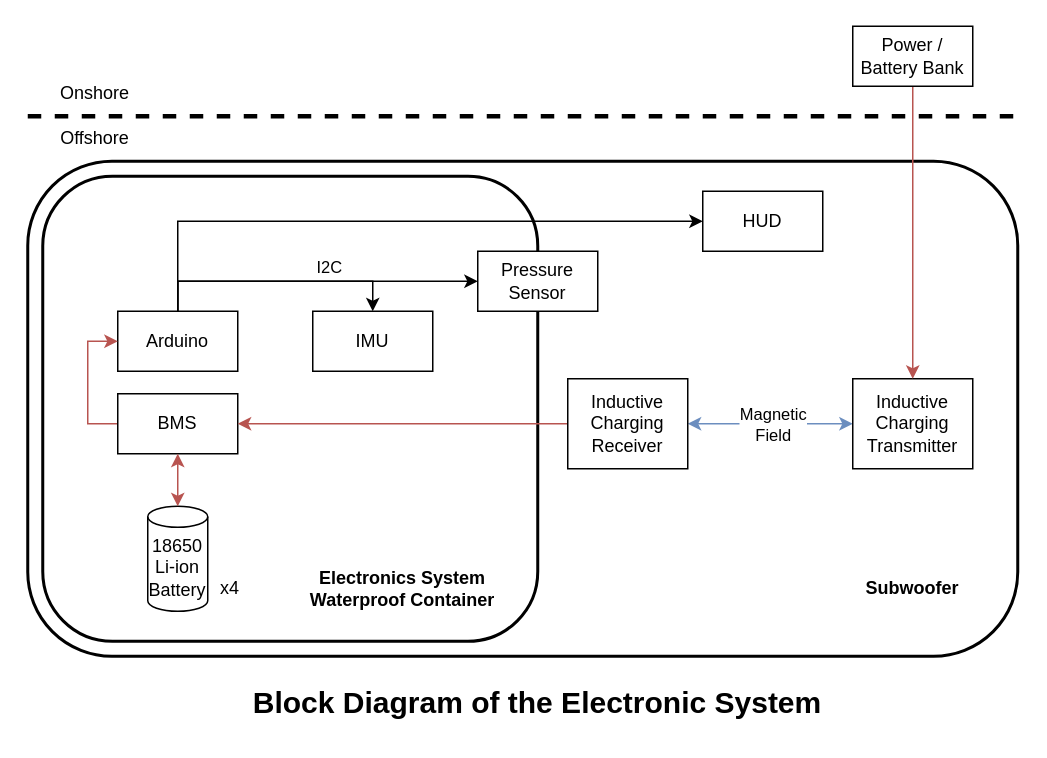
Above: Electronic System/LTS/Diagram/LTS Hardware Block.drawio in UW-Human-Powered-Submarine/UW-HPS-Electronics-24-25 (draw.io), before the change. Source tidied: cells renumbered, new cells numbered last; positions are measured from the earlier drawing's top-left corner, leaving out a move shared by most shapes. Both pictures are drawn from the tidied source at 150%, with x=0, y=0 at pixel (27, 26).
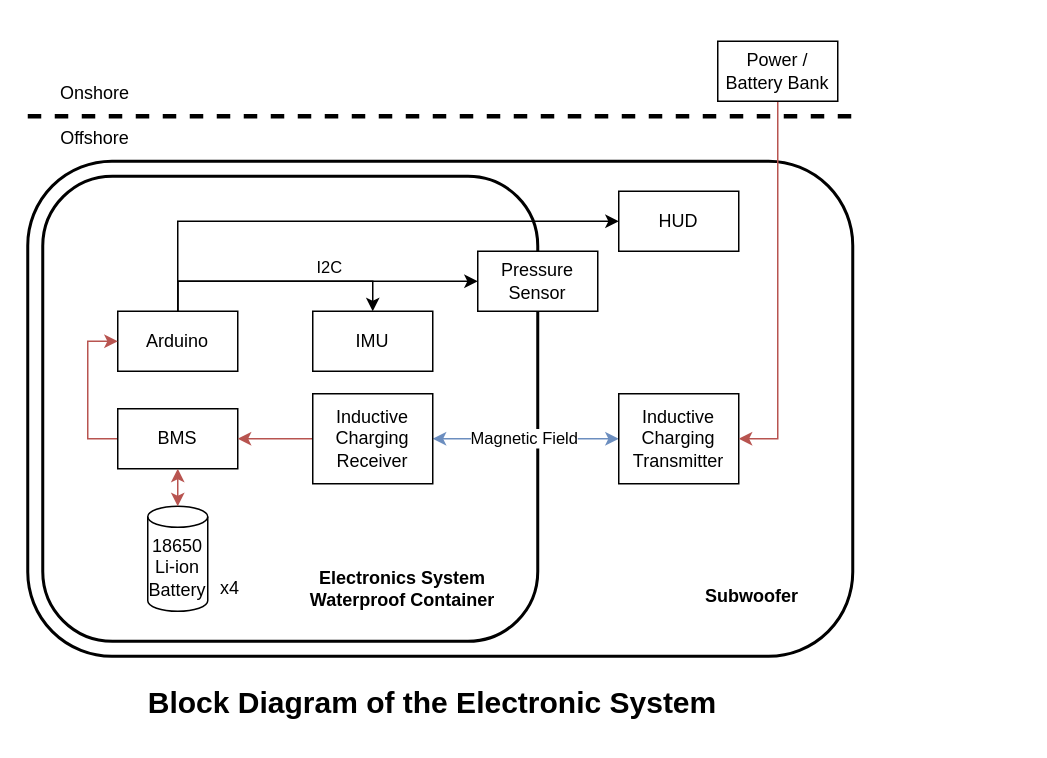
The same page after the edit.

Commit message (it also covers changes not shown here):
Report Prep

Unchanged cells that the change refers to:
```xml
<mxCell id="17" style="edgeStyle=orthogonalEdgeStyle;rounded=0;jettySize=auto;html=1;exitX=1;exitY=0.5;exitDx=0;exitDy=0;entryX=0;entryY=0.5;entryDx=0;entryDy=0;fillColor=#dae8fc;strokeColor=#6c8ebf;startArrow=classic;startFill=1;" parent="1" edge="1" source="19" target="25">
  <mxGeometry relative="1" as="geometry" />
</mxCell>
```

Change to the diagram source:
```diff
@@
     <mxCell id="2" style="rounded=1;whiteSpace=wrap;html=1;arcSize=17;strokeWidth=2;" parent="1" vertex="1">
-      <mxGeometry y="90" width="660" height="330" as="geometry" />
+      <mxGeometry y="90" width="550" height="330" as="geometry" />
     </mxCell>
@@
     <mxCell id="4" value="HUD" style="rounded=0;whiteSpace=wrap;html=1;" parent="1" vertex="1">
-      <mxGeometry x="450" y="110" width="80" height="40" as="geometry" />
+      <mxGeometry x="394" y="110" width="80" height="40" as="geometry" />
     </mxCell>
@@
     <mxCell id="11" value="BMS" style="rounded=0;whiteSpace=wrap;html=1;" parent="1" vertex="1">
-      <mxGeometry x="60" y="245" width="80" height="40" as="geometry" />
+      <mxGeometry x="60" y="255" width="80" height="40" as="geometry" />
     </mxCell>
@@
-    <mxCell id="18" value="Magnetic&lt;div&gt;Field&lt;/div&gt;" style="edgeLabel;html=1;align=center;verticalAlign=middle;" parent="17" vertex="1">
+    <mxCell id="18" value="Magnetic&amp;nbsp;&lt;span style=&quot;background-color: light-dark(#ffffff, var(--ge-dark-color, #121212)); color: light-dark(rgb(0, 0, 0), rgb(255, 255, 255));&quot;&gt;Field&lt;/span&gt;" style="edgeLabel;html=1;align=center;verticalAlign=middle;" parent="17" vertex="1">
       <mxGeometry x="0.14" y="-2" relative="1" as="geometry">
-        <mxPoint x="-7" y="-2" as="offset" />
+        <mxPoint x="-11" y="-3" as="offset" />
       </mxGeometry>
     </mxCell>
     <mxCell id="19" value="Inductive Charging Receiver" style="rounded=0;whiteSpace=wrap;html=1;" parent="1" vertex="1">
-      <mxGeometry x="360" y="235" width="80" height="60" as="geometry" />
+      <mxGeometry x="190" y="245" width="80" height="60" as="geometry" />
     </mxCell>
@@
     <mxCell id="21" value="&lt;b&gt;Subwoofer&lt;/b&gt;" style="text;html=1;align=center;verticalAlign=middle;whiteSpace=wrap;rounded=0;" parent="1" vertex="1">
-      <mxGeometry x="547" y="360" width="86" height="30" as="geometry" />
+      <mxGeometry x="440" y="365" width="86" height="30" as="geometry" />
     </mxCell>
     <mxCell id="22" style="endArrow=none;dashed=1;html=1;rounded=0;strokeWidth=3;" parent="1" edge="1">
       <mxGeometry relative="1" as="geometry">
         <mxPoint y="60" as="sourcePoint" />
-        <mxPoint x="660" y="60" as="targetPoint" />
+        <mxPoint x="550" y="60" as="targetPoint" />
       </mxGeometry>
     </mxCell>
@@
     <mxCell id="25" value="Inductive Charging Transmitter" style="rounded=0;whiteSpace=wrap;html=1;" parent="1" vertex="1">
-      <mxGeometry x="550" y="235" width="80" height="60" as="geometry" />
+      <mxGeometry x="394" y="245" width="80" height="60" as="geometry" />
     </mxCell>
-    <mxCell id="26" style="edgeStyle=orthogonalEdgeStyle;rounded=0;jettySize=auto;html=1;exitX=0.5;exitY=1;exitDx=0;exitDy=0;entryX=0.5;entryY=0;entryDx=0;entryDy=0;fillColor=#f8cecc;strokeColor=#b85450;" parent="1" edge="1" source="27" target="25">
+    <mxCell id="26" style="edgeStyle=orthogonalEdgeStyle;rounded=0;jettySize=auto;html=1;exitX=0.5;exitY=1;exitDx=0;exitDy=0;entryX=1;entryY=0.5;entryDx=0;entryDy=0;fillColor=#f8cecc;strokeColor=#b85450;" parent="1" edge="1" source="27" target="25">
       <mxGeometry relative="1" as="geometry" />
     </mxCell>
     <mxCell id="27" value="Power /&lt;div&gt;Battery Bank&lt;/div&gt;" style="rounded=0;whiteSpace=wrap;html=1;" parent="1" vertex="1">
-      <mxGeometry x="550" width="80" height="40" as="geometry" />
+      <mxGeometry x="460" y="10" width="80" height="40" as="geometry" />
     </mxCell>
@@
     <mxCell id="29" value="&lt;div&gt;&lt;b&gt;&lt;font style=&quot;font-size: 20px;&quot;&gt;Block Diagram of the Electronic System&lt;/font&gt;&lt;/b&gt;&lt;/div&gt;" style="text;html=1;align=center;verticalAlign=middle;whiteSpace=wrap;rounded=0;" parent="1" vertex="1">
-      <mxGeometry x="140" y="430" width="400" height="40" as="geometry" />
+      <mxGeometry x="70" y="430" width="400" height="40" as="geometry" />
     </mxCell>
```
